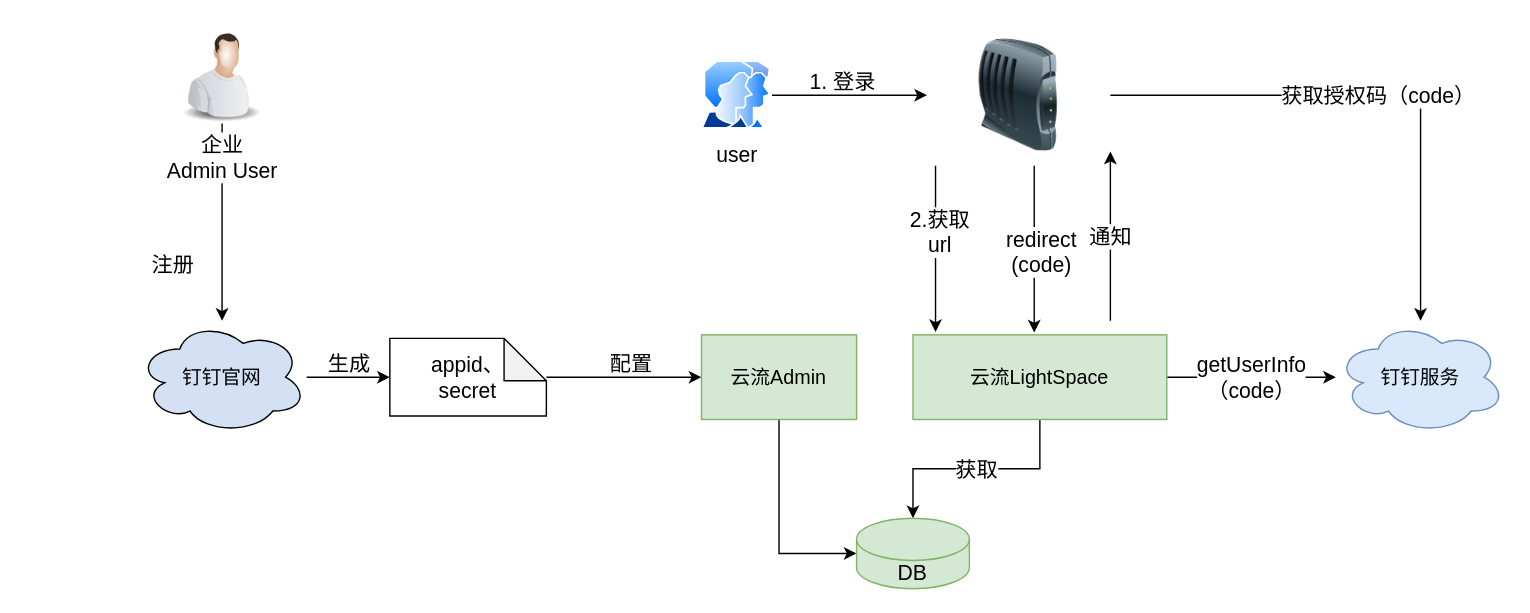
chenkangzeng/appstreaming keeps this draw.io diagram as Untitled Diagram.drawio. Above is the earlier version. Source tidied: cells renumbered, new cells numbered last; positions are measured from the earlier drawing's top-left corner, leaving out a move shared by most shapes. Both pictures are drawn from the tidied source at 141%, with x=0, y=0 at pixel (137, 24).
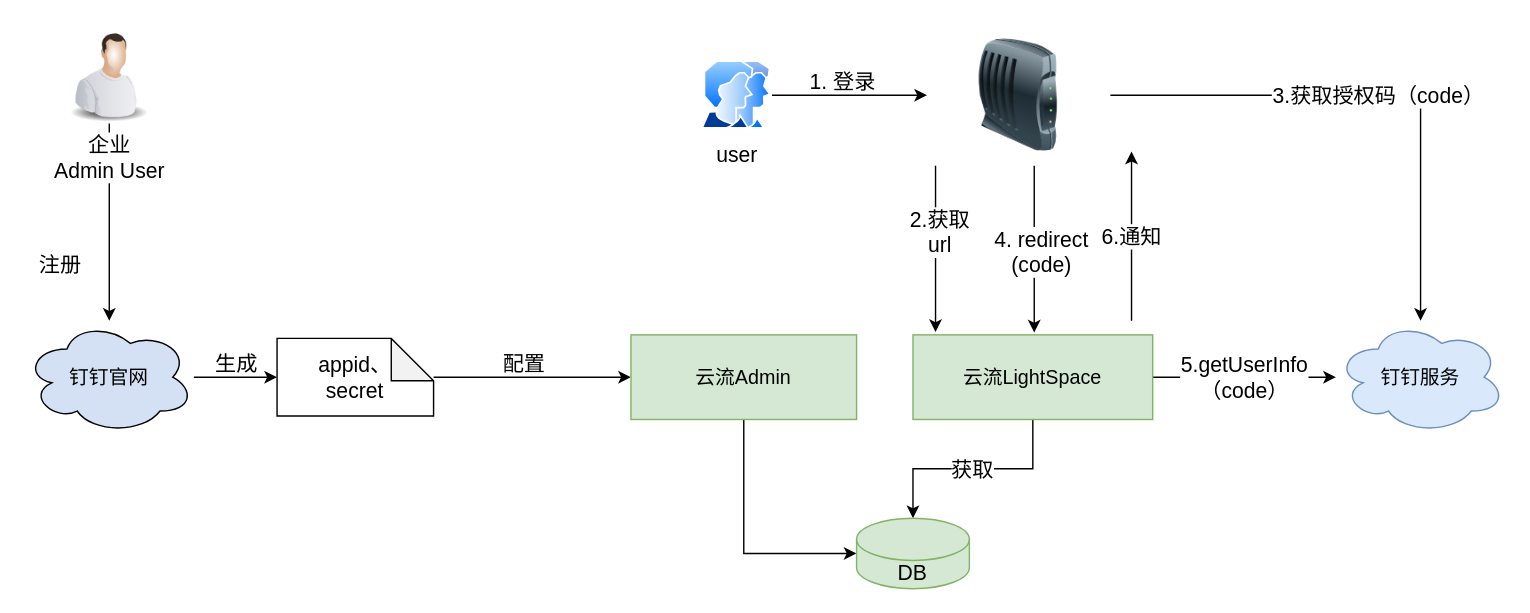
Above is the later version.

Unchanged cells that the change refers to:
```xml
<mxCell id="12" value="钉钉服务" style="ellipse;shape=cloud;whiteSpace=wrap;html=1;fontSize=14;fillColor=#dae8fc;strokeColor=#6c8ebf;" parent="1" vertex="1">
  <mxGeometry x="850" y="210" width="120" height="80" as="geometry" />
</mxCell>
<mxCell id="14" style="image;html=1;image=img/lib/clip_art/networking/Modem_128x128.png;fontSize=15;" parent="1" vertex="1">
  <mxGeometry x="560" y="10" width="130" height="80" as="geometry" />
</mxCell>
<mxCell id="25" style="endArrow=classic;html=1;fontSize=15;entryX=0.133;entryY=-0.027;entryDx=0;entryDy=0;entryPerimeter=0;" parent="1" edge="1">
  <mxGeometry relative="1" as="geometry">
    <mxPoint x="636" y="100" as="sourcePoint" />
    <mxPoint x="636" y="218.4" as="targetPoint" />
  </mxGeometry>
</mxCell>
```

Change to the diagram source:
```diff
@@
     <mxCell id="3" value="钉钉官网" style="ellipse;shape=cloud;whiteSpace=wrap;html=1;fontSize=14;fillColor=#D4E1F5;" parent="1" vertex="1">
-      <mxGeometry y="210" width="120" height="80" as="geometry" />
+      <mxGeometry x="-80" y="210" width="120" height="80" as="geometry" />
     </mxCell>
@@
     <mxCell id="5" value="appid、&lt;br&gt;secret" style="shape=note;whiteSpace=wrap;html=1;backgroundOutline=1;darkOpacity=0.05;fontSize=15;" parent="1" vertex="1">
-      <mxGeometry x="179" y="222.5" width="111" height="55" as="geometry" />
+      <mxGeometry x="99" y="222.5" width="111" height="55" as="geometry" />
     </mxCell>
@@
     <mxCell id="7" value="云流Admin" style="rounded=0;whiteSpace=wrap;html=1;fontSize=14;fillColor=#d5e8d4;strokeColor=#82b366;" parent="1" vertex="1">
-      <mxGeometry x="400" y="220" width="110" height="60" as="geometry" />
+      <mxGeometry x="350" y="220" width="160" height="60" as="geometry" />
     </mxCell>
@@
-    <mxCell id="9" value="getUserInfo&lt;br&gt;（code）" style="edgeStyle=none;rounded=0;jettySize=auto;html=1;fontSize=15;" parent="1" edge="1" source="10" target="12">
+    <mxCell id="9" value="5.getUserInfo&lt;br&gt;（code）" style="edgeStyle=none;rounded=0;jettySize=auto;html=1;fontSize=15;" parent="1" edge="1" source="10" target="12">
       <mxGeometry relative="1" as="geometry" />
     </mxCell>
     <mxCell id="10" value="云流LightSpace" style="rounded=0;whiteSpace=wrap;html=1;fontSize=14;fillColor=#d5e8d4;strokeColor=#82b366;" parent="1" vertex="1">
-      <mxGeometry x="550" y="220" width="180" height="60" as="geometry" />
+      <mxGeometry x="550" y="220" width="170" height="60" as="geometry" />
     </mxCell>
@@
-    <mxCell id="13" value="获取授权码（code）" style="edgeStyle=orthogonalEdgeStyle;rounded=0;jettySize=auto;html=1;fontSize=15;" parent="1" edge="1" source="14" target="12">
+    <mxCell id="13" value="3.获取授权码（code）" style="edgeStyle=orthogonalEdgeStyle;rounded=0;jettySize=auto;html=1;fontSize=15;" parent="1" edge="1" source="14" target="12">
       <mxGeometry relative="1" as="geometry" />
     </mxCell>
@@
     <mxCell id="18" value="企业&lt;br&gt;Admin User" style="image;html=1;image=img/lib/clip_art/people/Worker_Man_128x128.png;fontSize=15;" parent="1" vertex="1">
-      <mxGeometry x="20" width="80" height="70" as="geometry" />
+      <mxGeometry x="-60" width="80" height="70" as="geometry" />
     </mxCell>
     <mxCell id="19" value="注册" style="text;html=1;align=center;verticalAlign=middle;fontSize=15;" parent="1" vertex="1">
-      <mxGeometry y="160" width="50" height="20" as="geometry" />
+      <mxGeometry x="-80" y="160" width="50" height="20" as="geometry" />
     </mxCell>
     <mxCell id="20" value="生成" style="text;html=1;align=center;verticalAlign=middle;fontSize=15;" parent="1" vertex="1">
-      <mxGeometry x="125" y="230" width="50" height="20" as="geometry" />
+      <mxGeometry x="45" y="230" width="50" height="20" as="geometry" />
     </mxCell>
     <mxCell id="21" value="配置" style="text;html=1;align=center;verticalAlign=middle;fontSize=15;" parent="1" vertex="1">
-      <mxGeometry x="325" y="230" width="50" height="20" as="geometry" />
+      <mxGeometry x="249" y="230" width="50" height="20" as="geometry" />
     </mxCell>
@@
-    <mxCell id="26" value="redirect&lt;br&gt;(code)" style="edgeLabel;html=1;align=center;verticalAlign=middle;fontSize=15;" parent="25" vertex="1">
+    <mxCell id="26" value="4. redirect&lt;br&gt;(code)" style="edgeLabel;html=1;align=center;verticalAlign=middle;fontSize=15;" parent="25" vertex="1">
       <mxGeometry x="-0.22" y="2" relative="1" as="geometry">
         <mxPoint x="2" y="14" as="offset" />
       </mxGeometry>
     </mxCell>
-    <mxCell id="27" value="通知" style="endArrow=classic;html=1;fontSize=15;entryX=1;entryY=1;entryDx=0;entryDy=0;" parent="1" edge="1" target="14">
+    <mxCell id="27" value="6.通知" style="endArrow=classic;html=1;fontSize=15;entryX=1;entryY=1;entryDx=0;entryDy=0;" parent="1" edge="1">
       <mxGeometry relative="1" as="geometry">
-        <mxPoint x="690" y="210" as="sourcePoint" />
+        <mxPoint x="705" y="210" as="sourcePoint" />
+        <mxPoint x="705" y="90" as="targetPoint" />
       </mxGeometry>
     </mxCell>
```
